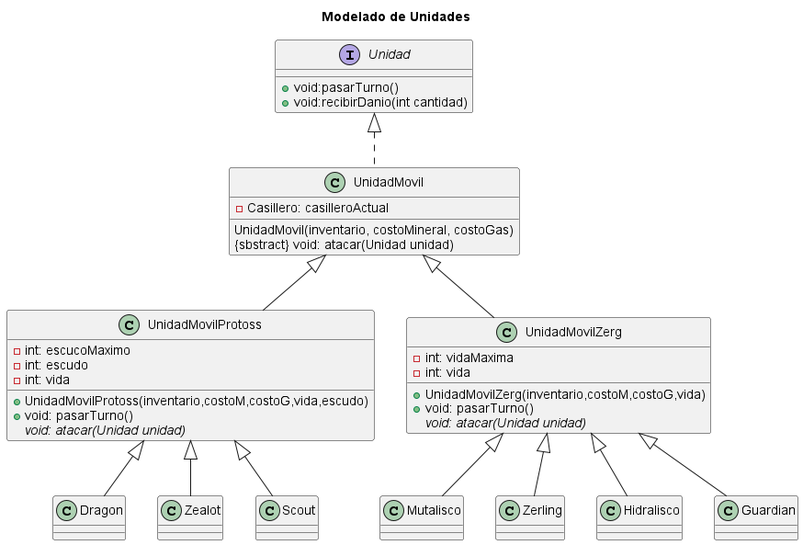
This is diagrams/classes/unidades.png from m-cabrerar/AlgoStar, a PlantUML export, as it was before one commit. The source it was exported from:
```plantuml
@startuml
title Modelado de Unidades

class UnidadMovil {
 - Casillero: casilleroActual
 UnidadMovil(inventario, costoMineral, costoGas)
 {sbstract} void: atacar(Unidad unidad)
}

class UnidadMovilProtoss {
 - int: escucoMaximo
 - int: escudo
 - int: vida
 + UnidadMovilProtoss(inventario,costoM,costoG,vida,escudo)
 + void: pasarTurno()
 {abstract}void: atacar(Unidad unidad)
}

class UnidadMovilZerg{
 - int: vidaMaxima
 - int: vida
 + UnidadMovilZerg(inventario,costoM,costoG,vida)
 + void: pasarTurno()
 {abstract}void: atacar(Unidad unidad)
}

interface Unidad {
 + void:pasarTurno()
 + void:recibirDanio(int cantidad)
}
class Dragon{}
class Zealot{}
class Scout{}

class Mutalisco{}
class Zerling{}
class Hidralisco{}
class Guardian{}

Unidad <|.. UnidadMovil
UnidadMovil <|-- UnidadMovilProtoss
UnidadMovil <|-- UnidadMovilZerg
UnidadMovilProtoss <|-- Dragon
UnidadMovilProtoss <|-- Zealot
UnidadMovilProtoss <|-- Scout
UnidadMovilZerg <|-- Mutalisco
UnidadMovilZerg <|-- Zerling
UnidadMovilZerg <|-- Hidralisco
UnidadMovilZerg <|-- Guardian


@enduml
```
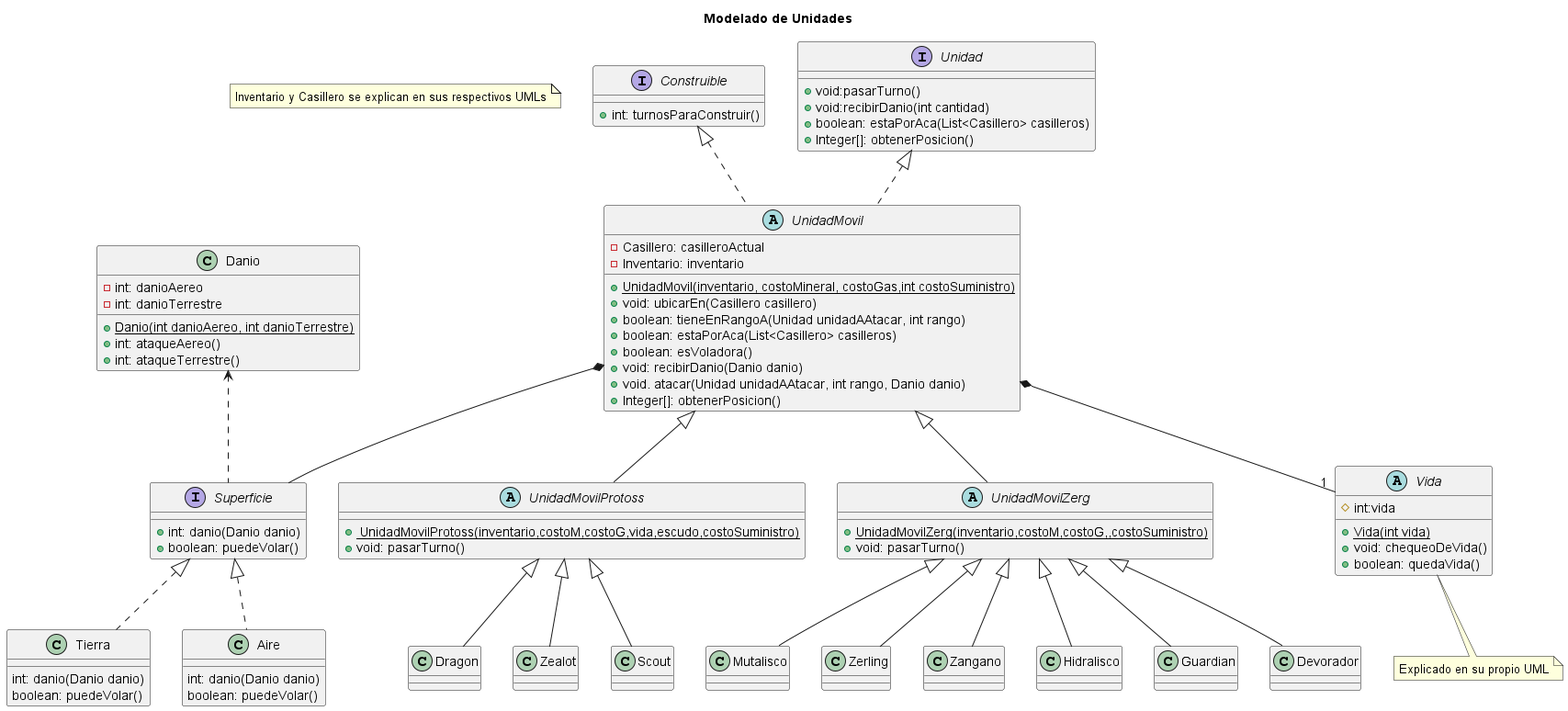
After the change.

What changed in the source:
```diff
@@ -1,52 +1,111 @@
 @startuml
 title Modelado de Unidades
+note "Inventario y Casillero se explican en sus respectivos UMLs" as N1
 
-class UnidadMovil {
- - Casillero: casilleroActual
- UnidadMovil(inventario, costoMineral, costoGas)
- {sbstract} void: atacar(Unidad unidad)
+interface Superficie{
++ int: danio(Danio danio)
++ boolean: puedeVolar()
+}
+class Tierra{
+ int: danio(Danio danio)
+ boolean: puedeVolar()
+}
+class Aire{
+int: danio(Danio danio)
+boolean: puedeVolar()
 }
 
-class UnidadMovilProtoss {
- - int: escucoMaximo
- - int: escudo
- - int: vida
- + UnidadMovilProtoss(inventario,costoM,costoG,vida,escudo)
- + void: pasarTurno()
- {abstract}void: atacar(Unidad unidad)
+
+
+interface Construible {
++int: turnosParaConstruir()
 }
 
-class UnidadMovilZerg{
- - int: vidaMaxima
- - int: vida
- + UnidadMovilZerg(inventario,costoM,costoG,vida)
+abstract class  UnidadMovil {
+ - Casillero: casilleroActual
+ - Inventario: inventario
+
+ +<u>UnidadMovil(inventario, costoMineral, costoGas,int costoSuministro)
+ +void: ubicarEn(Casillero casillero)
+ + boolean: tieneEnRangoA(Unidad unidadAAtacar, int rango)
+ +boolean: estaPorAca(List<Casillero> casilleros)
+ +boolean: esVoladora()
+ +void: recibirDanio(Danio danio)
+ +void. atacar(Unidad unidadAAtacar, int rango, Danio danio)
+ +Integer[]: obtenerPosicion()
+}
+
+abstract class UnidadMovilProtoss {
+ + <u> UnidadMovilProtoss(inventario,costoM,costoG,vida,escudo,costoSuministro)
  + void: pasarTurno()
- {abstract}void: atacar(Unidad unidad)
+}
+
+abstract class UnidadMovilZerg{
+ + <u>UnidadMovilZerg(inventario,costoM,costoG,,costoSuministro)
+ + void: pasarTurno()
 }
 
 interface Unidad {
  + void:pasarTurno()
  + void:recibirDanio(int cantidad)
+ +boolean: estaPorAca(List<Casillero> casilleros)
+ +Integer[]: obtenerPosicion()
 }
+
+abstract class Vida{
+#int:vida
+
++<u>Vida(int vida)
++void: chequeoDeVida()
++boolean: quedaVida()
+}
+note bottom: Explicado en su propio UML
+
+class Danio{
+-int: danioAereo
+-int: danioTerrestre
+
++<u>Danio(int danioAereo, int danioTerrestre)
++int: ataqueAereo()
++int: ataqueTerrestre()
+}
+
 class Dragon{}
 class Zealot{}
 class Scout{}
 
 class Mutalisco{}
 class Zerling{}
+class Zangano{}
 class Hidralisco{}
 class Guardian{}
+class Devorador{}
 
 Unidad <|.. UnidadMovil
+
+Construible <|.. UnidadMovil
+
 UnidadMovil <|-- UnidadMovilProtoss
 UnidadMovil <|-- UnidadMovilZerg
+
 UnidadMovilProtoss <|-- Dragon
 UnidadMovilProtoss <|-- Zealot
 UnidadMovilProtoss <|-- Scout
+
 UnidadMovilZerg <|-- Mutalisco
 UnidadMovilZerg <|-- Zerling
 UnidadMovilZerg <|-- Hidralisco
 UnidadMovilZerg <|-- Guardian
+UnidadMovilZerg <|-- Devorador
+UnidadMovilZerg <|-- Zangano
+
+UnidadMovil *-- Superficie
+Superficie <|.. Tierra
+Superficie <|.. Aire
+Danio <.. Superficie
+
+UnidadMovil *-- "1"Vida
+
 
 
 @enduml
```
